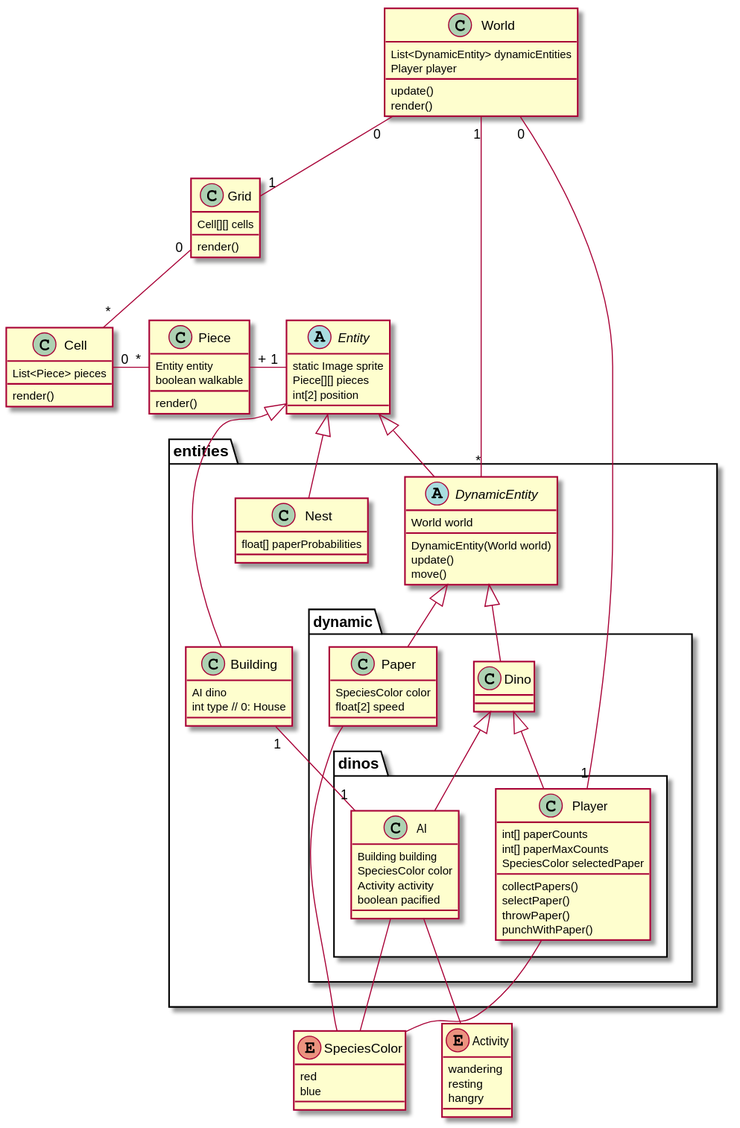
The PlantUML diagram doc/classes.svg in BigDinoTeam/tgj-paper-dino, before a commit.
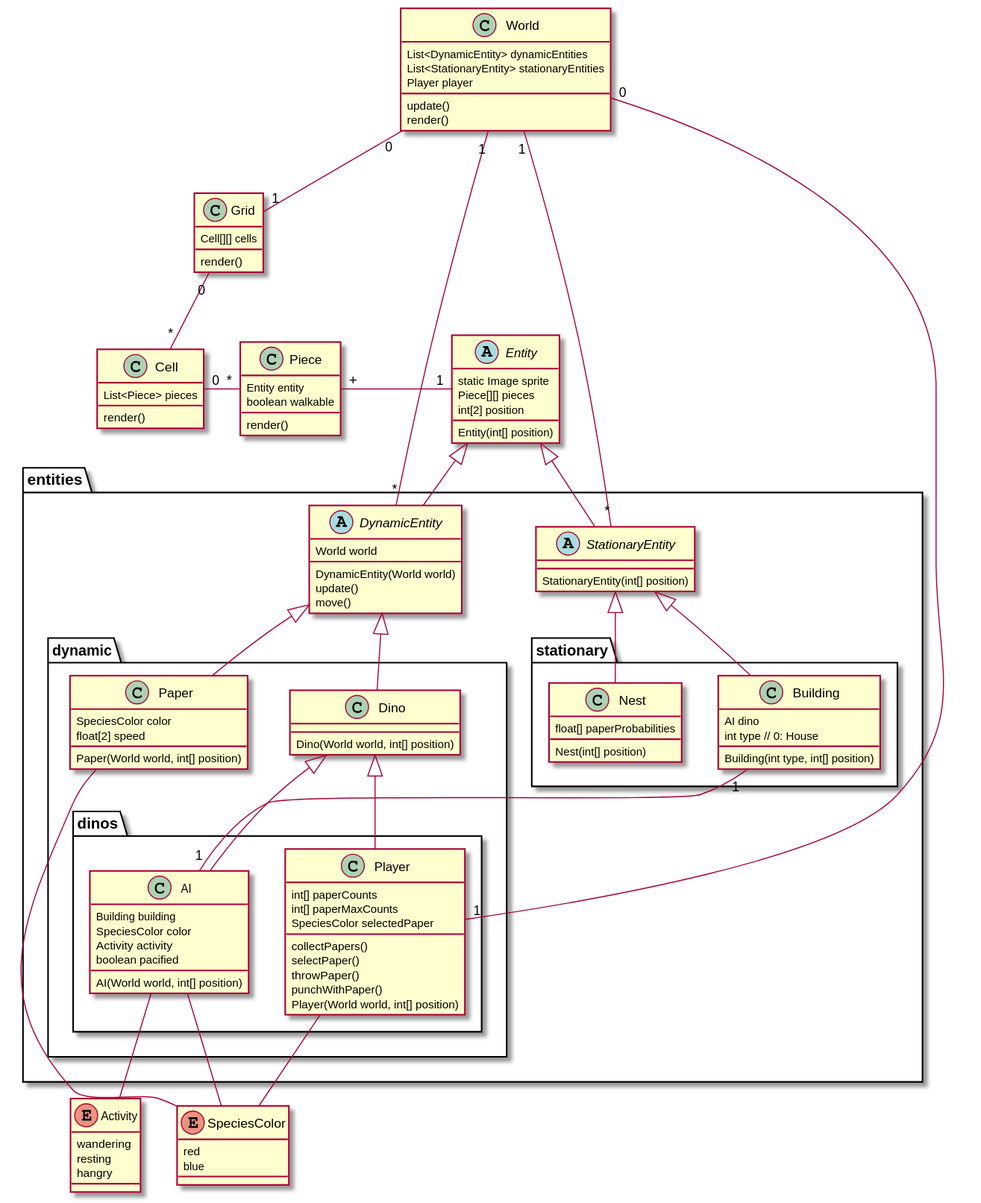
After the commit.

Change to the diagram source:
```diff
@@ -2,6 +2,7 @@
 
 class World {
 	List<DynamicEntity> dynamicEntities
+	List<StationaryEntity> stationaryEntities
 	Player player
 	update()
 	render()
@@ -27,18 +28,28 @@
 	static Image sprite
 	Piece[][] pieces
 	int[2] position
+	Entity(int[] position)
 }
 
 package entities{
 
-	class Nest extends Entity {
-		float[] paperProbabilities
+	abstract class StationaryEntity extends Entity{
+		StationaryEntity(int[] position)
 	}
 
-	class Building extends Entity {
-		AI dino
-		int type // 0: House
+	package stationary {
+		class Nest extends StationaryEntity {
+			Nest(int[] position)
+			float[] paperProbabilities
+		}
+
+		class Building extends StationaryEntity {
+			AI dino
+			int type // 0: House
+			Building(int type, int[] position)
+		}
 	}
+
 
 	abstract class DynamicEntity extends Entity {
 		World world
@@ -48,11 +59,14 @@
 	}
 
 	package dynamic{
-		class Dino extends DynamicEntity
+		class Dino extends DynamicEntity{
+			Dino(World world, int[] position)
+		}
 
 		class Paper extends DynamicEntity {
 			SpeciesColor color
 			float[2] speed
+			Paper(World world, int[] position)
 		}
 
 		package dinos{
@@ -61,6 +75,7 @@
 				SpeciesColor color
 				Activity activity
 				boolean pacified
+				AI(World world, int[] position)
 			}
 
 			class Player extends Dino {
@@ -71,6 +86,7 @@
 				selectPaper()
 				throwPaper()
 				punchWithPaper()
+				Player(World world, int[] position)
 			}
 		}
 	}
@@ -89,6 +105,7 @@
 
 World "0"--down"1" Grid
 World "1"--down"*" DynamicEntity
+World "1"--down"*" StationaryEntity
 World "0"--"1" Player
 Grid "0"--down"*" Cell
 Cell "0"--right"*" Piece
```
